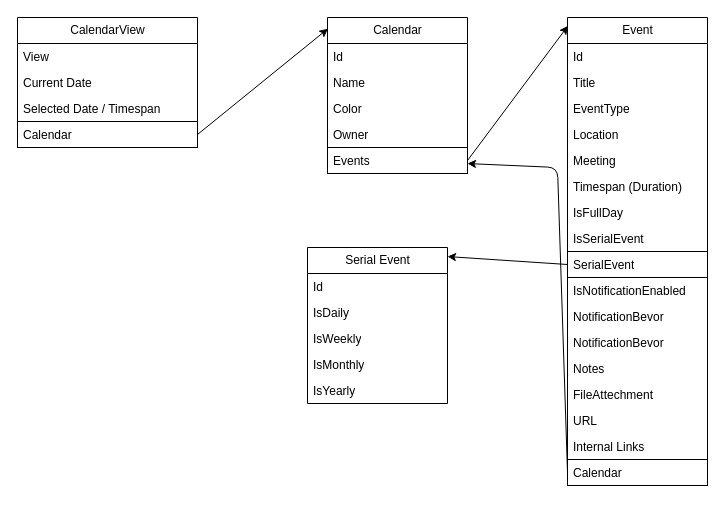
Above: Architecture/Calendar.drawio in TodoXpress/Documentation (draw.io), before the change. Source tidied: cells renumbered, new cells numbered last; positions are measured from the earlier drawing's top-left corner, leaving out a move shared by most shapes. Both pictures are drawn from the tidied source at 100%, with x=0, y=0 at pixel (17, 17).
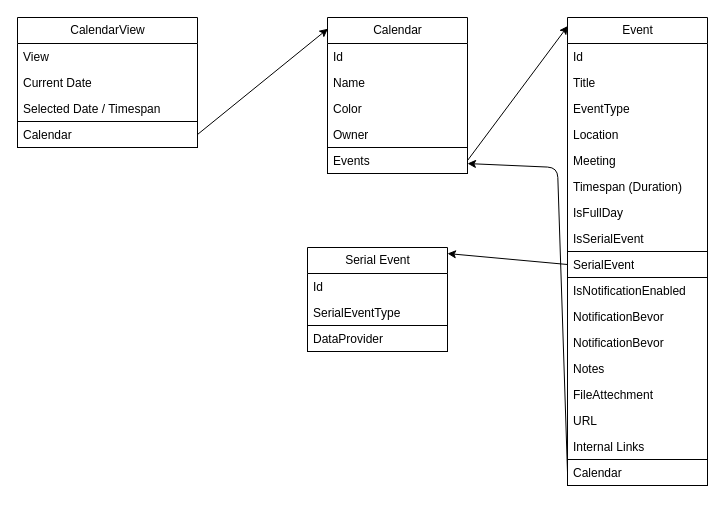
Above is the later version.

Commit message:
change design of Serial Event

Change to the diagram source:
```diff
@@
     <mxCell id="34" value="Serial Event" style="swimlane;fontStyle=0;horizontal=1;startSize=26;fillColor=none;html=1;strokeColor=default;" parent="1" vertex="1">
-      <mxGeometry x="290" y="230" width="140" height="156" as="geometry" />
+      <mxGeometry x="290" y="230" width="140" height="104" as="geometry" />
     </mxCell>
@@
-    <mxCell id="36" value="IsDaily" style="text;strokeColor=none;fillColor=none;align=left;verticalAlign=top;spacingLeft=4;spacingRight=4;overflow=hidden;whiteSpace=wrap;html=1;" parent="34" vertex="1">
+    <mxCell id="36" value="SerialEventType" style="text;strokeColor=none;fillColor=none;align=left;verticalAlign=top;spacingLeft=4;spacingRight=4;overflow=hidden;whiteSpace=wrap;html=1;" parent="34" vertex="1">
       <mxGeometry y="52" width="140" height="26" as="geometry" />
     </mxCell>
-    <mxCell id="37" value="IsWeekly" style="text;strokeColor=none;fillColor=none;align=left;verticalAlign=top;spacingLeft=4;spacingRight=4;overflow=hidden;whiteSpace=wrap;html=1;" parent="34" vertex="1">
-      <mxGeometry y="78" width="140" height="26" as="geometry" />
-    </mxCell>
-    <mxCell id="38" value="IsMonthly" style="text;strokeColor=none;fillColor=none;align=left;verticalAlign=top;spacingLeft=4;spacingRight=4;overflow=hidden;whiteSpace=wrap;html=1;" parent="34" vertex="1">
-      <mxGeometry y="104" width="140" height="26" as="geometry" />
-    </mxCell>
-    <mxCell id="39" value="IsYearly" style="text;strokeColor=none;fillColor=none;align=left;verticalAlign=top;spacingLeft=4;spacingRight=4;overflow=hidden;whiteSpace=wrap;html=1;" parent="34" vertex="1">
-      <mxGeometry y="130" width="140" height="26" as="geometry" />
-    </mxCell>
+    <mxCell id="41" value="DataProvider" style="text;strokeColor=default;fillColor=none;align=left;verticalAlign=top;spacingLeft=4;spacingRight=4;overflow=hidden;whiteSpace=wrap;html=1;" parent="34" vertex="1">
+      <mxGeometry y="78" width="140" height="26" as="geometry" />
+    </mxCell>
```
